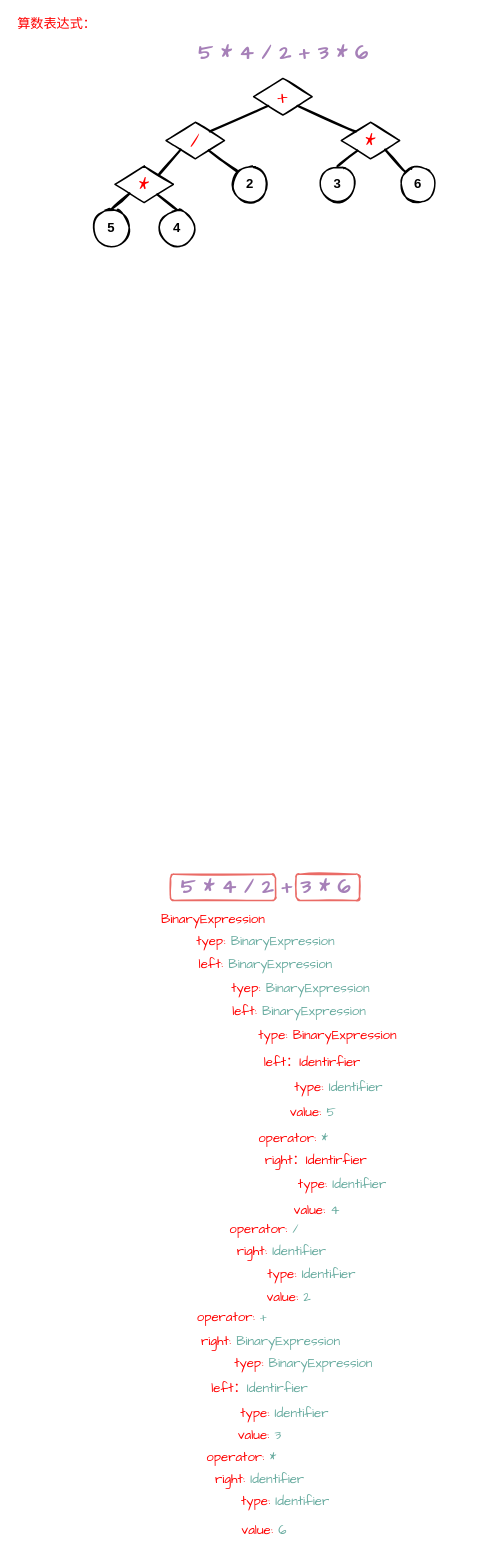
This is AST.drawio from C-wx/MindManager, a draw.io file, before an edit. Source tidied: cells renumbered, new cells numbered last; positions are measured from the earlier drawing's top-left corner, leaving out a move shared by most shapes. Both pictures are drawn from the tidied source at 73%, with x=0, y=0 at pixel (12, 12).
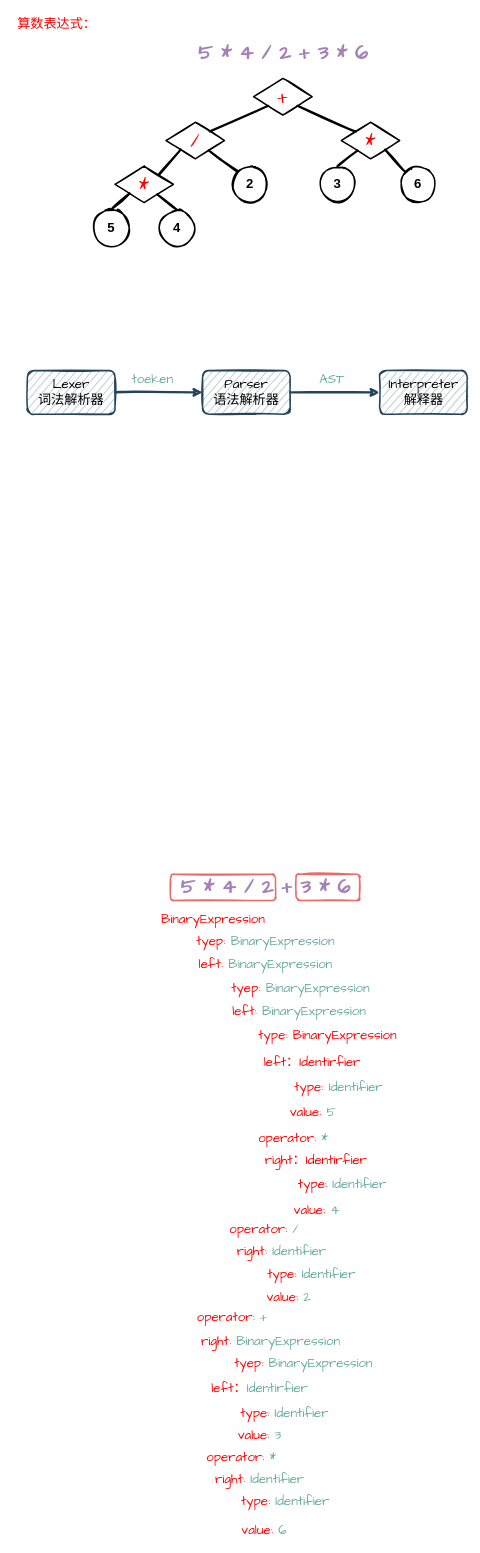
After the change.

Change to the diagram source:
```diff
@@
+    <mxCell id="61" style="edgeStyle=none;curved=1;sketch=1;jettySize=auto;html=1;exitX=1;exitY=0.5;exitDx=0;exitDy=0;entryX=0;entryY=0.5;entryDx=0;entryDy=0;fontFamily=Comic Sans MS;fontSize=18;fontColor=#67AB9F;endArrow=classic;endFill=1;strokeWidth=3;fillColor=#bac8d3;strokeColor=#23445d;" parent="1" edge="1" source="63" target="66">
+      <mxGeometry relative="1" as="geometry" />
+    </mxCell>
+    <mxCell id="62" value="toeken" style="edgeLabel;html=1;align=center;verticalAlign=middle;fontSize=18;fontFamily=Comic Sans MS;fontColor=#67AB9F;" parent="61" vertex="1">
+      <mxGeometry x="-0.33" y="-3" relative="1" as="geometry">
+        <mxPoint x="10" y="-23" as="offset" />
+      </mxGeometry>
+    </mxCell>
+    <mxCell id="63" value="Lexer&lt;br&gt;词法解析器" style="rounded=1;whiteSpace=wrap;html=1;shadow=0;sketch=1;fontFamily=Comic Sans MS;fontSize=18;strokeColor=#23445d;strokeWidth=2;fillColor=#bac8d3;" parent="1" vertex="1">
+      <mxGeometry x="20" y="490" width="120" height="60" as="geometry" />
+    </mxCell>
+    <mxCell id="64" style="edgeStyle=none;curved=1;sketch=1;jettySize=auto;html=1;exitX=1;exitY=0.5;exitDx=0;exitDy=0;fontFamily=Comic Sans MS;fontSize=18;fontColor=#67AB9F;endArrow=classic;endFill=1;strokeWidth=3;fillColor=#bac8d3;strokeColor=#23445d;" parent="1" edge="1" source="66" target="67">
+      <mxGeometry relative="1" as="geometry" />
+    </mxCell>
+    <mxCell id="65" value="AST" style="edgeLabel;html=1;align=center;verticalAlign=middle;fontSize=18;fontFamily=Comic Sans MS;fontColor=#67AB9F;" parent="64" vertex="1">
+      <mxGeometry x="-0.33" y="-3" relative="1" as="geometry">
+        <mxPoint x="15" y="-23" as="offset" />
+      </mxGeometry>
+    </mxCell>
+    <mxCell id="66" value="Parser&lt;br&gt;语法解析器" style="rounded=1;whiteSpace=wrap;html=1;shadow=0;sketch=1;fontFamily=Comic Sans MS;fontSize=18;strokeColor=#23445d;strokeWidth=2;fillColor=#bac8d3;" parent="1" vertex="1">
+      <mxGeometry x="260" y="490" width="120" height="60" as="geometry" />
+    </mxCell>
+    <mxCell id="67" value="Interpreter&lt;br&gt;解释器" style="rounded=1;whiteSpace=wrap;html=1;shadow=0;sketch=1;fontFamily=Comic Sans MS;fontSize=18;strokeColor=#23445d;strokeWidth=2;fillColor=#bac8d3;" parent="1" vertex="1">
+      <mxGeometry x="502.5" y="490" width="120" height="60" as="geometry" />
+    </mxCell>
```
